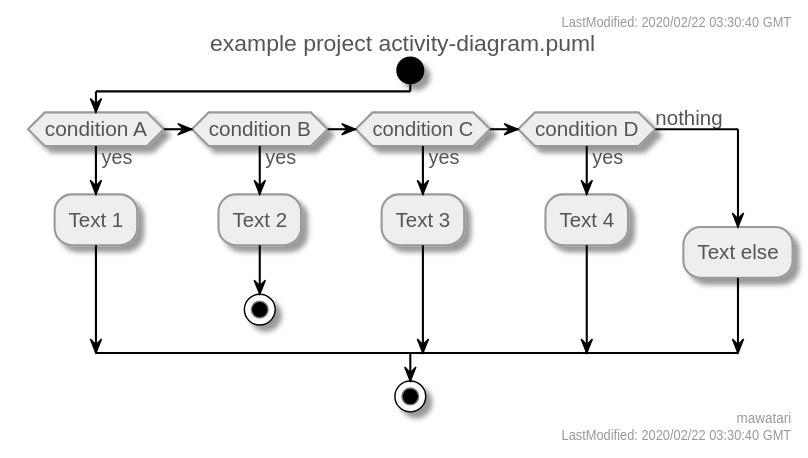
mawatari/example-project-uml keeps this PlantUML diagram as activity-diagram.svg. Above is the earlier version.
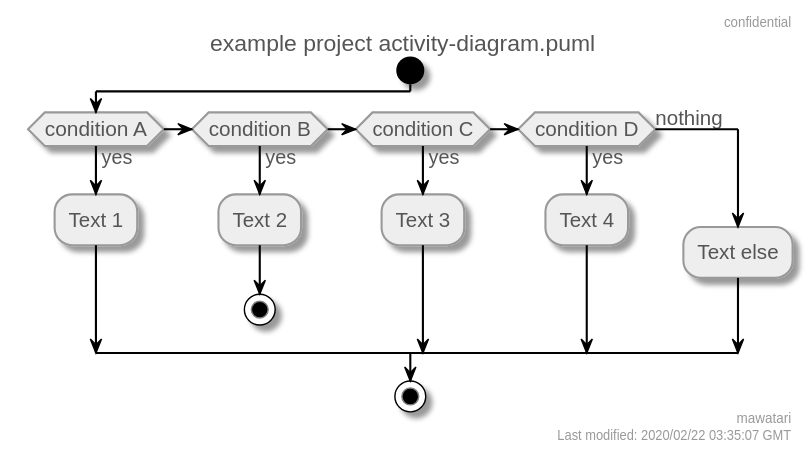
After the change.

Commit message:
Automatically generated PlantUML images.

What changed in the source:
```diff
@@ -37,8 +37,8 @@
   DiamondBackgroundColor #eeeeee
   DiamondBorderColor #999999
 }
-right header LastModified: 2020/02/22 03:30:40 GMT
-right footer mawatari\nLastModified: 2020/02/22 03:30:40 GMT
+right header confidential
+right footer mawatari\nLast modified: 2020/02/22 03:35:07 GMT
 title example project activity-diagram.puml
 
 start
```
